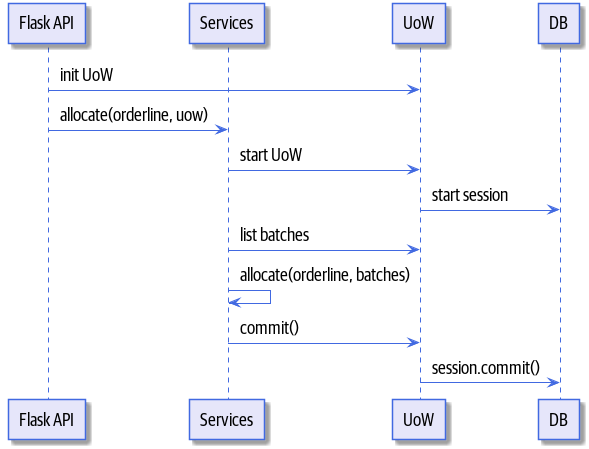
Earlier version of the PlantUML export images/after_uow_diagram.png (cosmicpython/book).
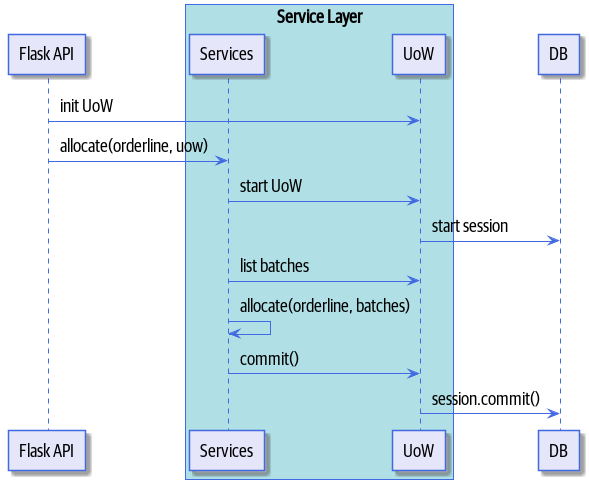
After the change.

Commit message:
put a box around service layer

Change to the diagram source:
```diff
@@ -47,11 +47,17 @@
 skinparam sequencegroupheader {
     FontName Guardian Sans Cond Light
 }
+skinparam sequencebox {
+    BackgroundColor PowderBlue
+    BorderColor RoyalBlue
+}
 skinparam padding 4
 
 participant "Flask API" as API
-participant Services
-participant UoW
+box "Service Layer"
+    participant Services
+    participant UoW
+endbox
 participant DB
 
 API -> UoW : init UoW
```
